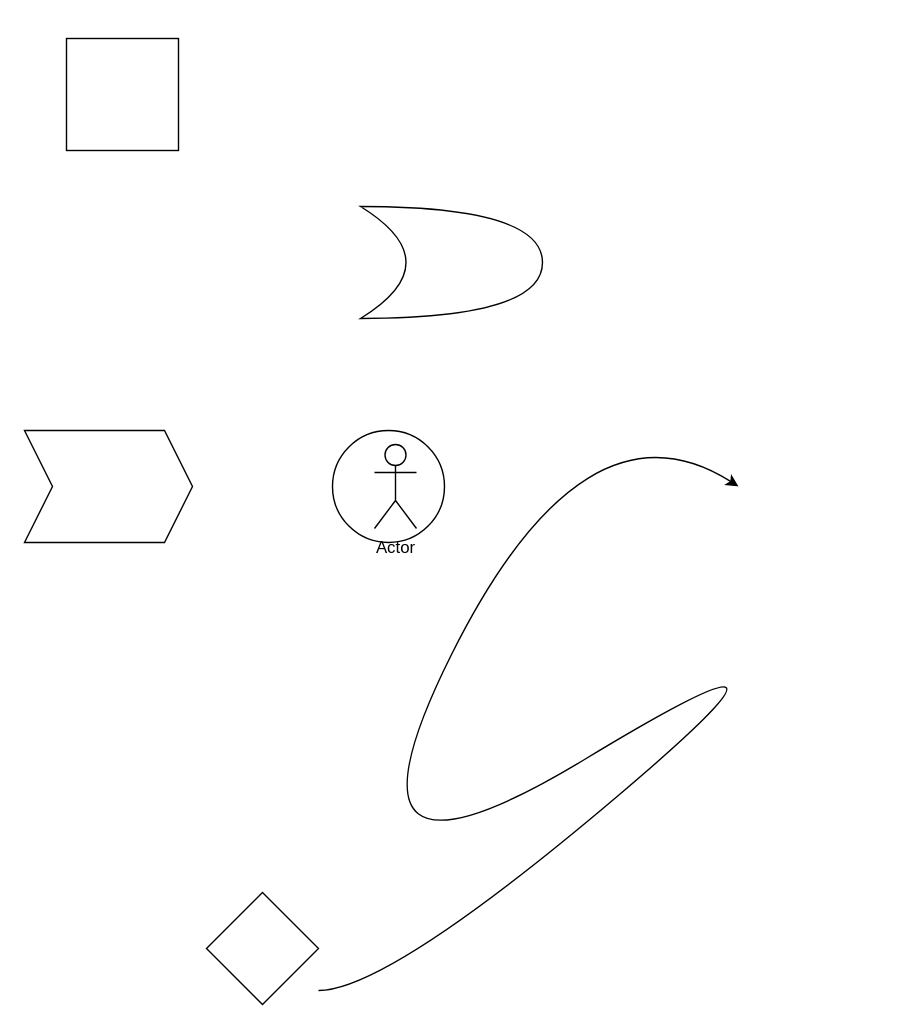
Above: Диаграмма без названия.drawio in SerzhIN/Diagramms (draw.io), before the change. Source tidied: cells renumbered, new cells numbered last; positions are measured from the earlier drawing's top-left corner, leaving out a move shared by most shapes. Both pictures are drawn from the tidied source at 140%, with x=0, y=0 at pixel (24, 38).
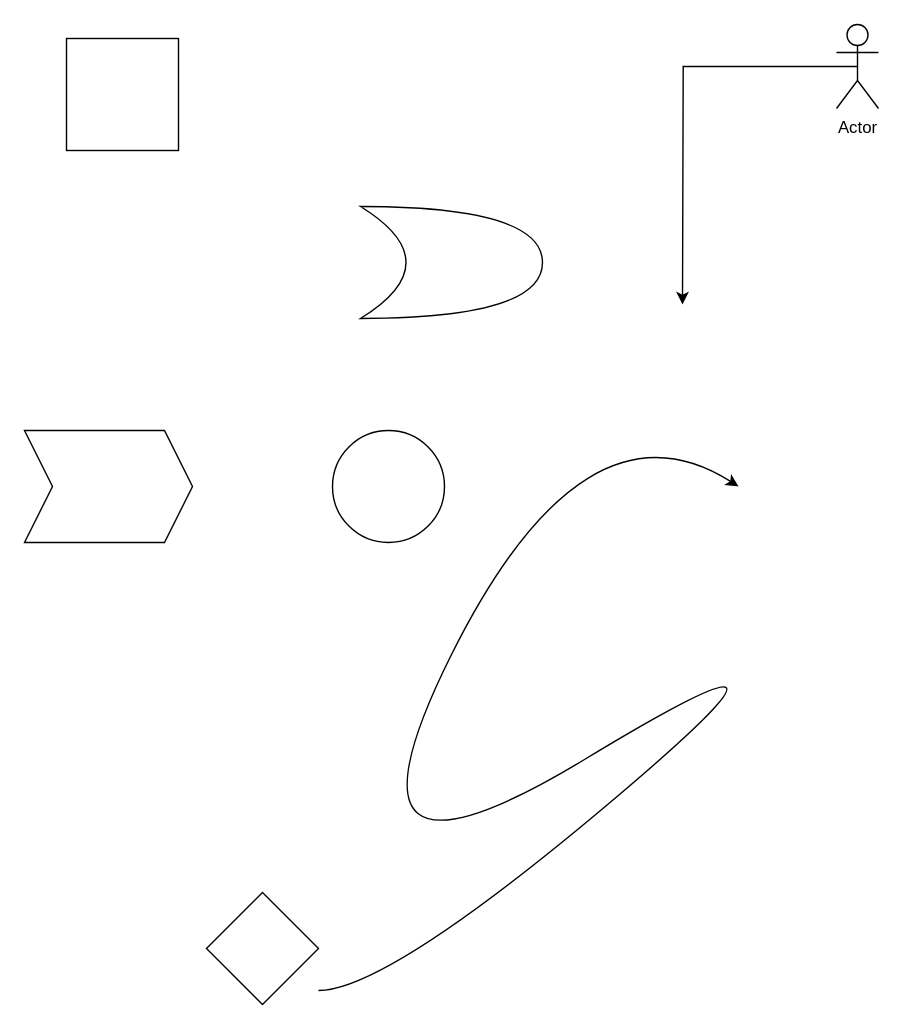
The same page after the edit.

Diff of the diagram source:
```diff
@@
 <mxGraphModel>
   <root>
     <mxCell id="0" />
     <mxCell id="1" parent="0" />
     <mxCell id="2" style="ellipse;whiteSpace=wrap;html=1;" parent="1" vertex="1">
       <mxGeometry x="220" y="280" width="80" height="80" as="geometry" />
     </mxCell>
     <mxCell id="3" style="shape=step;perimeter=stepPerimeter;whiteSpace=wrap;html=1;fixedSize=1;" parent="1" vertex="1">
       <mxGeometry y="280" width="120" height="80" as="geometry" />
     </mxCell>
+    <mxCell id="9" style="edgeStyle=orthogonalEdgeStyle;rounded=0;jettySize=auto;html=1;exitX=0.5;exitY=0.5;exitDx=0;exitDy=0;exitPerimeter=0;" parent="1" edge="1" source="4">
+      <mxGeometry relative="1" as="geometry">
+        <mxPoint x="470" y="190" as="targetPoint" />
+      </mxGeometry>
+    </mxCell>
     <mxCell id="4" value="Actor" style="shape=umlActor;verticalLabelPosition=bottom;verticalAlign=top;html=1;outlineConnect=0;" parent="1" vertex="1">
-      <mxGeometry x="250" y="290" width="30" height="60" as="geometry" />
+      <mxGeometry x="580" y="-10" width="30" height="60" as="geometry" />
     </mxCell>
     <mxCell id="5" style="shape=xor;whiteSpace=wrap;html=1;" parent="1" vertex="1">
       <mxGeometry x="240" y="120" width="130" height="80" as="geometry" />
     </mxCell>
     <mxCell id="6" style="whiteSpace=wrap;html=1;" parent="1" vertex="1">
       <mxGeometry x="30" width="80" height="80" as="geometry" />
     </mxCell>
     <mxCell id="7" style="rhombus;whiteSpace=wrap;html=1;" parent="1" vertex="1">
       <mxGeometry x="130" y="610" width="80" height="80" as="geometry" />
     </mxCell>
     <mxCell id="8" style="curved=1;endArrow=classic;html=1;rounded=0;" parent="1" edge="1">
       <mxGeometry relative="1" as="geometry">
         <mxPoint x="210" y="680" as="sourcePoint" />
         <mxPoint x="510" y="320" as="targetPoint" />
         <Array as="points">
           <mxPoint x="260" y="680" />
           <mxPoint x="590" y="400" />
           <mxPoint x="210" y="630" />
           <mxPoint x="400" y="250" />
         </Array>
       </mxGeometry>
     </mxCell>
   </root>
 </mxGraphModel>
```
